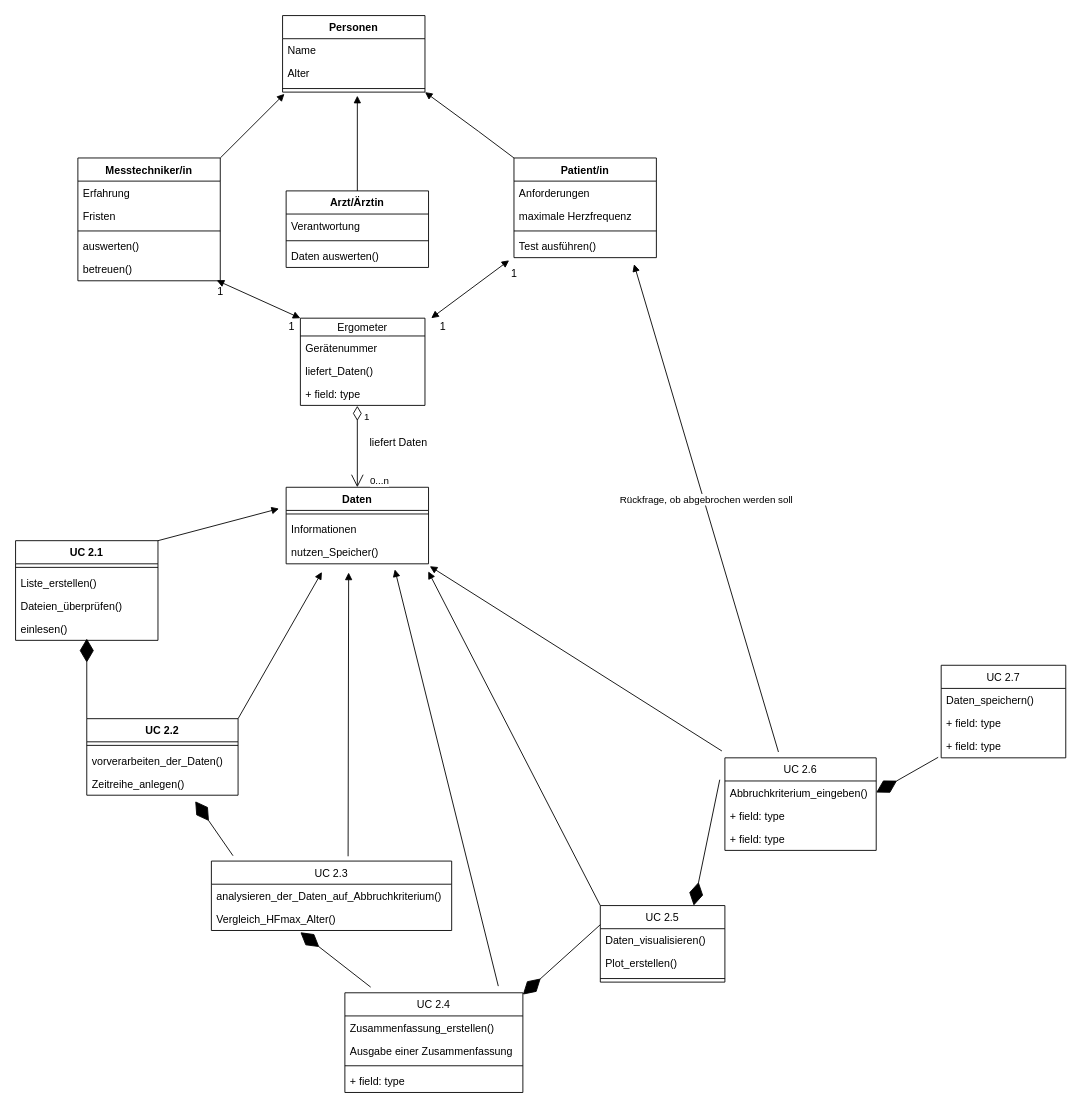
Above: PÜ3/Untitled Diagram.drawio in jhumci/MCI-MSE_Aufgaben (draw.io), before the change. Source tidied: cells renumbered, new cells numbered last; positions are measured from the earlier drawing's top-left corner, leaving out a move shared by most shapes. Both pictures are drawn from the tidied source at 89%, with x=0, y=0 at pixel (15, 15).
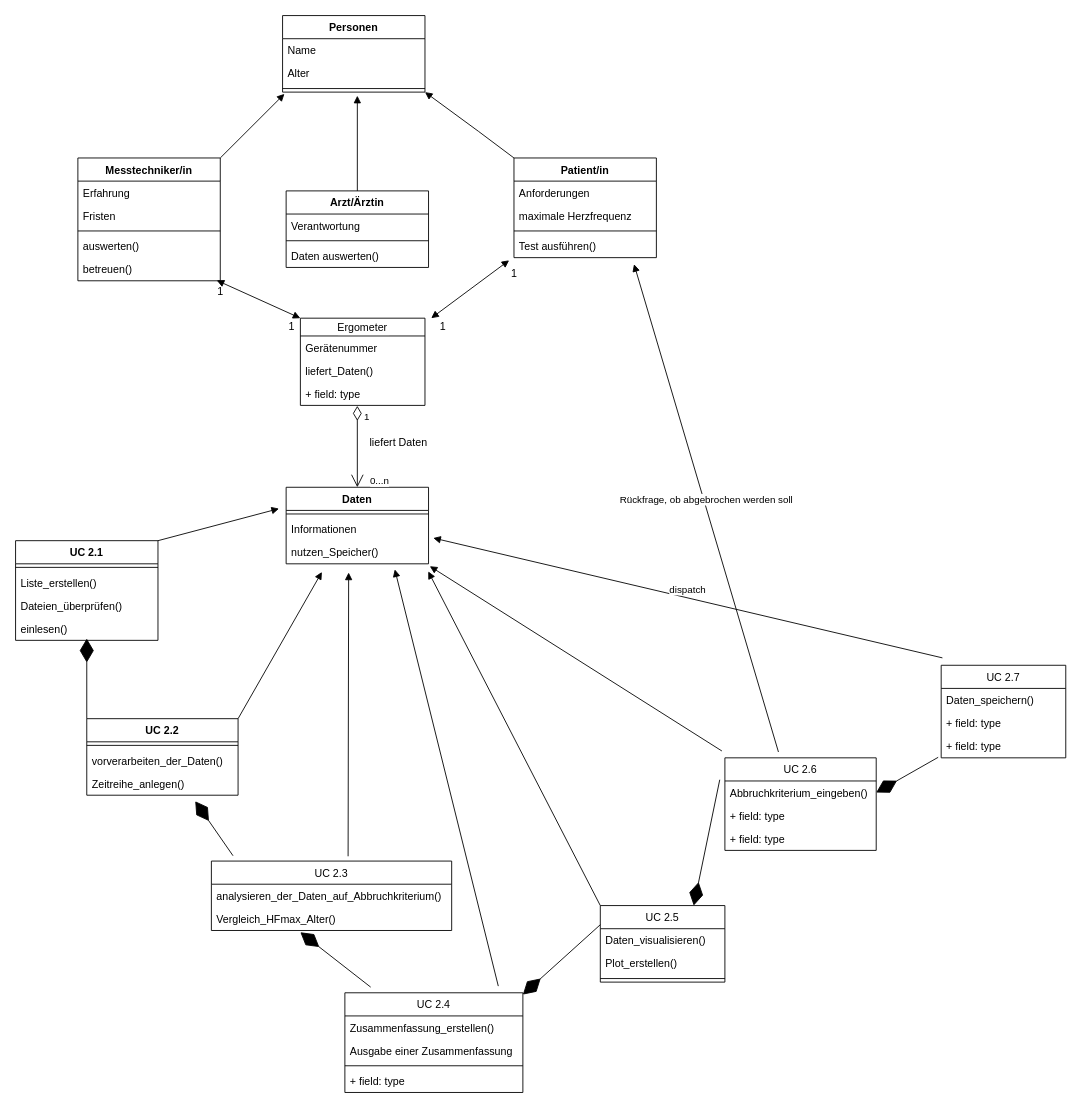
The same diagram, later.

Unchanged cells that the change refers to:
```xml
<mxCell id="5" value="nutzen_Speicher()" style="text;strokeColor=none;fillColor=none;align=left;verticalAlign=top;spacingLeft=4;spacingRight=4;overflow=hidden;points=[[0,0.5],[1,0.5]];portConstraint=eastwest;labelBackgroundColor=#ffffff;" parent="2" vertex="1">
  <mxGeometry y="60" width="160" height="26" as="geometry" />
</mxCell>
<mxCell id="73" value="UC 2.7" style="swimlane;fontStyle=0;horizontal=1;startSize=26;fillColor=none;labelBackgroundColor=#ffffff;" parent="1" vertex="1">
  <mxGeometry x="1040" y="730" width="140" height="104" as="geometry" />
</mxCell>
```

Change to the diagram source:
```diff
@@
+    <mxCell id="84" value="dispatch" style="html=1;verticalAlign=bottom;endArrow=block;rounded=0;exitX=0.01;exitY=-0.08;exitDx=0;exitDy=0;exitPerimeter=0;entryX=1.033;entryY=-0.115;entryDx=0;entryDy=0;entryPerimeter=0;" parent="1" edge="1" source="73" target="5">
+      <mxGeometry relative="1" as="geometry" />
+    </mxCell>
```
